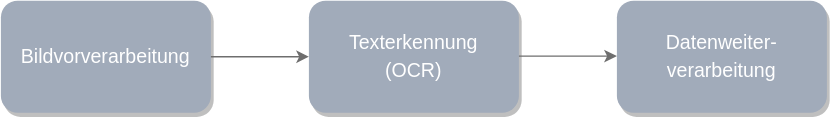
Earlier version of the draw.io export assets/diagrams/first-process.svg (avocado-webdev/receipt-processor). Source tidied: cells renumbered, new cells last; positions are measured from the earlier drawing's top-left corner, leaving out a move shared by most shapes.
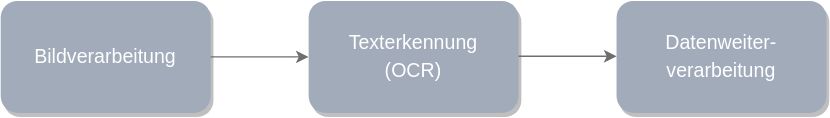
After the change.

What changed in the source:
```diff
@@ -2,7 +2,7 @@
   <root>
     <mxCell id="0" />
     <mxCell id="1" parent="0" />
-    <mxCell id="2" value="&lt;font style=&quot;font-size: 14px&quot; color=&quot;#ffffff&quot;&gt;Bildvorverarbeitung&lt;/font&gt;" style="rounded=1;whiteSpace=wrap;html=1;fillColor=#A1ABBA;strokeColor=none;shadow=1;" parent="1" vertex="1">
+    <mxCell id="2" value="&lt;font style=&quot;font-size: 14px&quot; color=&quot;#ffffff&quot;&gt;Bildverarbeitung&lt;/font&gt;" style="rounded=1;whiteSpace=wrap;html=1;fillColor=#A1ABBA;strokeColor=none;shadow=1;" parent="1" vertex="1">
       <mxGeometry width="150" height="80" as="geometry" />
     </mxCell>
     <mxCell id="3" style="endArrow=classic;html=1;exitX=1;exitY=0.5;exitDx=0;exitDy=0;strokeColor=#6E6E6E;" parent="1" edge="1" source="2">
```
